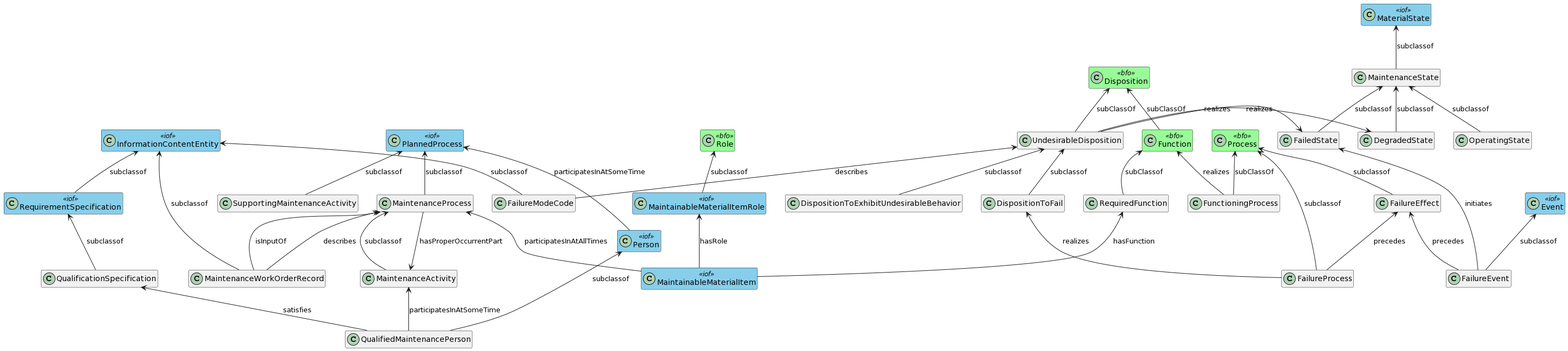
This is maintenance/images/MaintenanceDevRelationships.png from iofoundry/ontology, a PlantUML export, as it was before one commit.
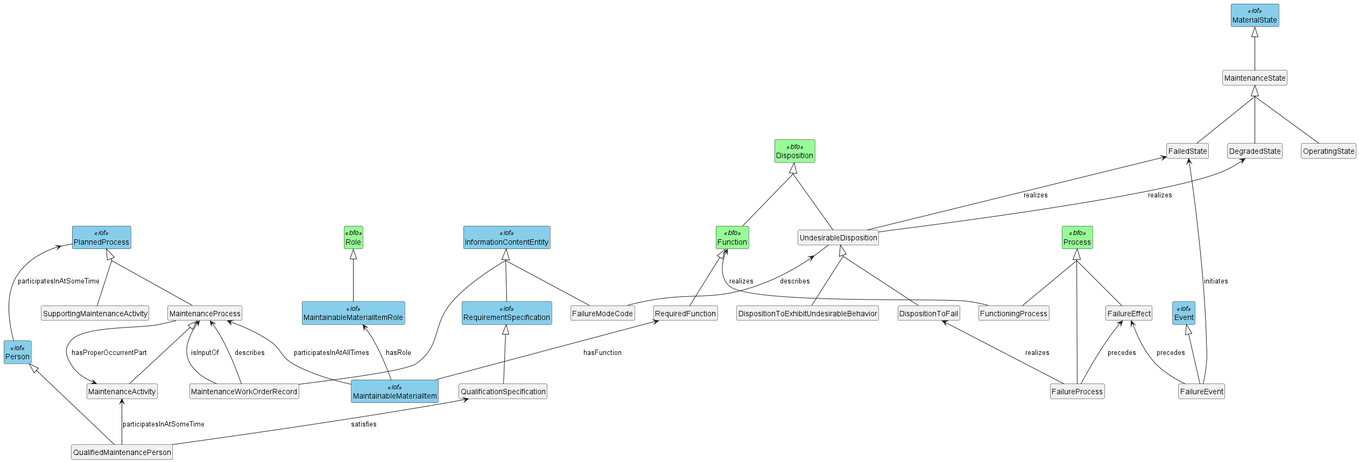
Later version of the same file.

What changed in the source:
```diff
@@ -1,12 +1,12 @@
 @startuml
+
 hide empty members
-skinparam groupInheritance 0
+hide circle
+skinparam groupInheritance 2
 skinparam class {
-	BackgroundColor<< iof >> SkyBlue
-	BackgroundColor<< bfo >> PaleGreen
+  BackgroundColor<<iof>> SkyBlue
+  BackgroundColor<<bfo>> PaleGreen
 }
-
-
 
 class DegradedState
 class Disposition <<bfo>>
@@ -25,71 +25,59 @@
 class MaintainableMaterialItemRole <<iof>>
 class MaintenanceActivity
 class MaintenanceProcess
-class MaterialState <<iof>>
 class MaintenanceState
 class MaintenanceWorkOrderRecord
+class MaterialState <<iof>>
 class OperatingState
 class Person <<iof>>
 class PlannedProcess <<iof>>
 class Process <<bfo>>
 class QualificationSpecification
 class QualifiedMaintenancePerson
-class Role <<bfo>>
 class RequiredFunction
 class RequirementSpecification <<iof>>
+class Role <<bfo>>
 class SupportingMaintenanceActivity
 class UndesirableDisposition
 
-Function -u-> Disposition : "subClassOf"
-
-MaintainableMaterialItemRole -u-> Role : "subclassof"
-MaintenanceState -u-> MaterialState : "subclassof"
-DegradedState -u-> MaintenanceState : "subclassof"
-FailedState -u-> MaintenanceState : "subclassof"
-OperatingState -u-> MaintenanceState : "subclassof"
-RequiredFunction -u-> Function : "subClassof"
-MaintenanceActivity -u-> MaintenanceProcess : "subclassof"
-MaintenanceProcess -u-> PlannedProcess : "subclassof"
-SupportingMaintenanceActivity -u-> PlannedProcess : "subclassof"
-FailureEffect -u-> Process : "subclassof"
-FailureEvent -u-> Event : "subclassof"
-FailureModeCode -u-> InformationContentEntity : "subclassof"
-FailureProcess -u-> Process : "subclassof"
-QualificationSpecification -u-> RequirementSpecification : "subclassof"
-QualifiedMaintenancePerson -u-> Person: "subclassof"
-MaintenanceWorkOrderRecord -u-> InformationContentEntity: "subclassof"
-RequirementSpecification -u-> InformationContentEntity: "subclassof"
-
-MaintainableMaterialItem -u-> MaintainableMaterialItemRole : "hasRole"
-FailureProcess -u-> DispositionToFail : "realizes"
-FailureProcess -u-> FailureEffect : "precedes"
-FailureEvent -u-> FailureEffect : "precedes"
-FailureEvent -u-> FailedState : "initiates"
-FailureModeCode -u-> UndesirableDisposition : "describes"
-Person -u-> PlannedProcess : "participatesInAtSomeTime"
-
-
-
-MaintainableMaterialItem -u-> RequiredFunction : "hasFunction"
-MaintainableMaterialItem -u-> MaintenanceProcess : "participatesInAtAllTimes"
-
-MaintenanceProcess -d-> MaintenanceActivity : "hasProperOccurrentPart"
-
-MaintenanceWorkOrderRecord -u-> MaintenanceProcess: "describes"
-MaintenanceWorkOrderRecord -u-> MaintenanceProcess: "isInputOf"
-
-UndesirableDisposition -u-> Disposition : "subClassOf"
-DispositionToFail -u-> UndesirableDisposition : "subclassof"
-DispositionToExhibitUndesirableBehavior -u-> UndesirableDisposition : "subclassof"
-FunctioningProcess -u-> Process : "subClassOf"
-FunctioningProcess -u-> Function : "realizes"
-UndesirableDisposition -> DegradedState : "realizes"
-UndesirableDisposition -> FailedState : "realizes"
-
-
-QualifiedMaintenancePerson -u-> MaintenanceActivity : "participatesInAtSomeTime"
-QualifiedMaintenancePerson -u-> QualificationSpecification : "satisfies"
-
-
+DegradedState                            -u-|> MaintenanceState
+DispositionToExhibitUndesirableBehavior  -u-|> UndesirableDisposition
+DispositionToFail                        -u-|> UndesirableDisposition
+FailedState                              -u-|> MaintenanceState
+FailureEffect                            -u-|> Process
+FailureEvent                             -u->  FailedState                  : initiates
+FailureEvent                             -u->  FailureEffect                : precedes
+FailureEvent                             -u-|> Event
+FailureModeCode                          -u->  UndesirableDisposition       : describes
+FailureModeCode                          -u-|> InformationContentEntity
+FailureProcess                           -u->  DispositionToFail            : realizes
+FailureProcess                           -u->  FailureEffect                : precedes
+FailureProcess                           -u-|> Process
+Function                                 -u-|> Disposition
+FunctioningProcess                       -u->  Function                     : realizes
+FunctioningProcess                       -u-|> Process
+MaintainableMaterialItem                 -u->  MaintainableMaterialItemRole : hasRole
+MaintainableMaterialItem                 -u->  MaintenanceProcess           : participatesInAtAllTimes
+MaintainableMaterialItem                 -u->  RequiredFunction             : hasFunction
+MaintainableMaterialItemRole             -u-|> Role
+MaintenanceActivity                      -u-|> MaintenanceProcess
+MaintenanceProcess                       -u->  MaintenanceActivity          : hasProperOccurrentPart
+MaintenanceProcess                       -u-|> PlannedProcess
+MaintenanceState                         -u-|> MaterialState
+MaintenanceWorkOrderRecord               -u->  MaintenanceProcess           : describes
+MaintenanceWorkOrderRecord               -u->  MaintenanceProcess           : isInputOf
+MaintenanceWorkOrderRecord               -u-|> InformationContentEntity
+OperatingState                           -u-|> MaintenanceState
+Person                                   -u->  PlannedProcess               : participatesInAtSomeTime
+QualificationSpecification               -u-|> RequirementSpecification
+QualifiedMaintenancePerson               -u->  MaintenanceActivity          : participatesInAtSomeTime
+QualifiedMaintenancePerson               -u->  QualificationSpecification   : satisfies
+QualifiedMaintenancePerson               -u-|> Person
+RequiredFunction                         -u-|> Function
+RequirementSpecification                 -u-|> InformationContentEntity
+SupportingMaintenanceActivity            -u-|> PlannedProcess
+UndesirableDisposition                   -u->  DegradedState                : realizes
+UndesirableDisposition                   -u->  FailedState                  : realizes
+UndesirableDisposition                   -u-|> Disposition
 
 @enduml
```
